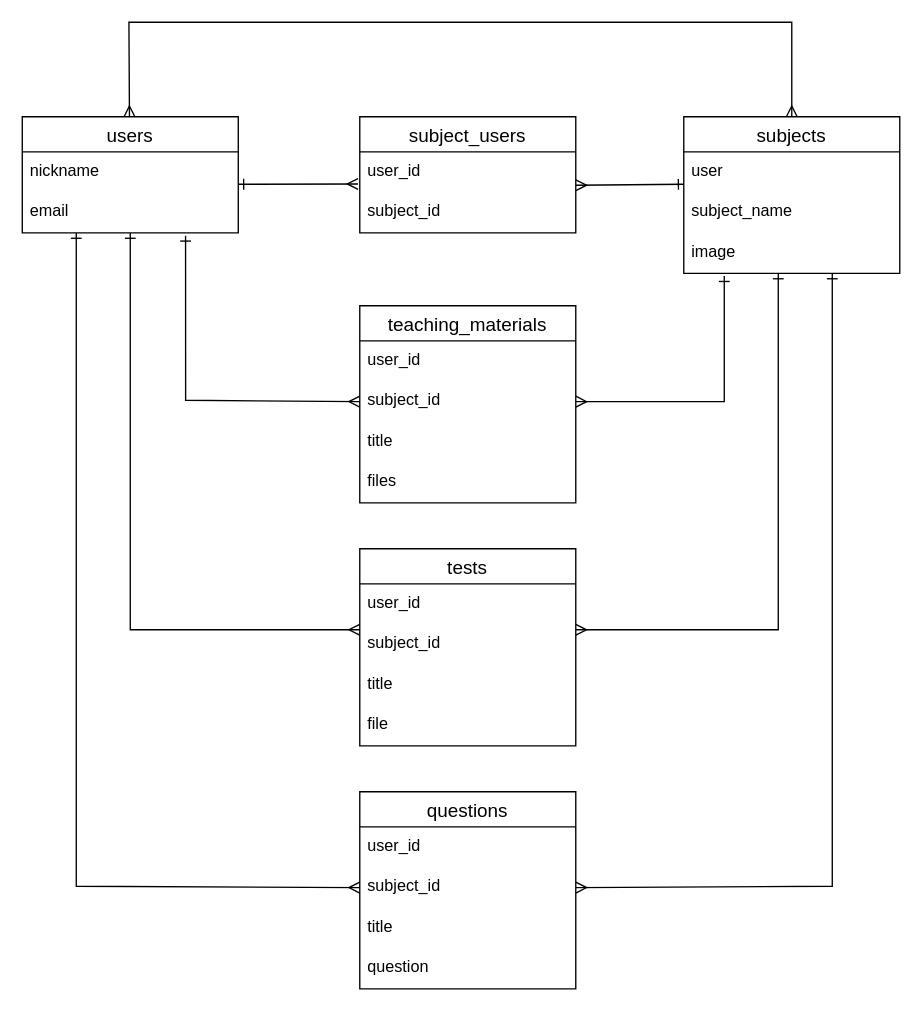
Before: agri.dio in yuyunaginagi/agri-40237, a draw.io diagram. Source tidied: cells renumbered, new cells numbered last; positions are measured from the earlier drawing's top-left corner, leaving out a move shared by most shapes. Both pictures are drawn from the tidied source at 135%, with x=0, y=0 at pixel (22, 22).
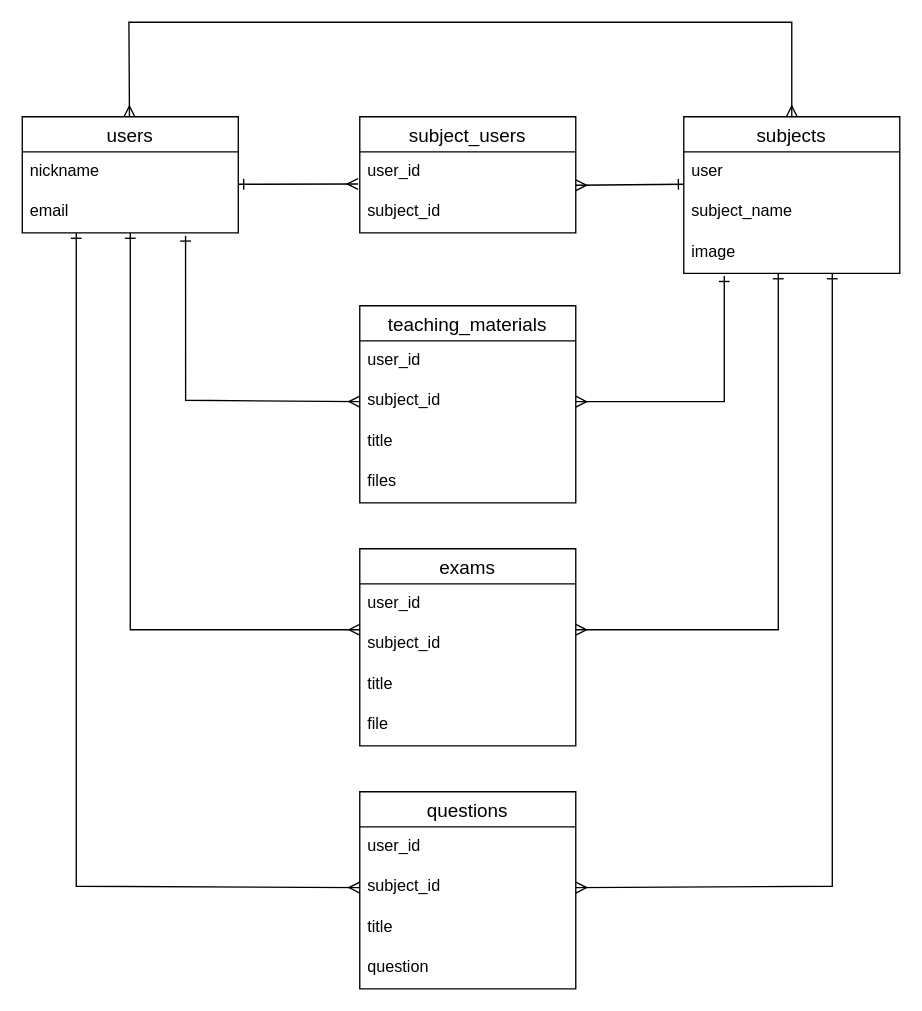
After the change.

Change to the diagram source:
```diff
@@
-    <mxCell id="23" value="tests" style="swimlane;fontStyle=0;horizontal=1;startSize=26;align=center;fontSize=14;" parent="1" vertex="1">
+    <mxCell id="23" value="exams" style="swimlane;fontStyle=0;horizontal=1;startSize=26;align=center;fontSize=14;" parent="1" vertex="1">
       <mxGeometry x="250" y="390" width="160" height="146" as="geometry" />
     </mxCell>
```
